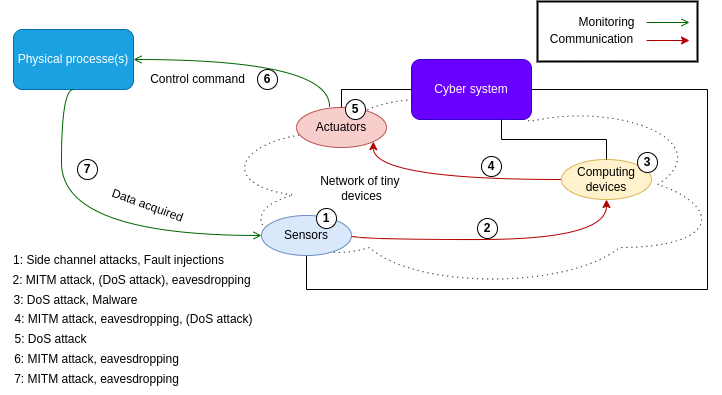
Before: Documents/schemas/mind_map_cps.png, a diagram exported from draw.io (Zo-ey/lcis-internship). Source tidied: cells renumbered, new cells last; positions are measured from the earlier drawing's top-left corner, leaving out a move shared by most shapes.
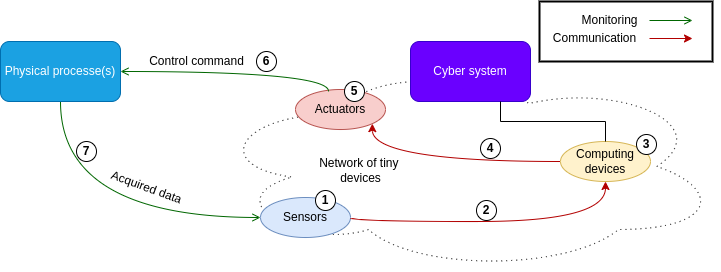
Above is the later version.

Commit message:
Update mind map cps

Diff of the diagram source:
```diff
@@ -2,137 +2,99 @@
   <root>
     <mxCell id="0" />
     <mxCell id="1" parent="0" />
-    <mxCell id="2" style="rounded=0;whiteSpace=wrap;html=1;strokeWidth=2;" parent="1" vertex="1">
-      <mxGeometry x="537" width="160" height="60" as="geometry" />
+    <mxCell id="2" style="ellipse;shape=cloud;whiteSpace=wrap;html=1;dashed=1;fillColor=none;rotation=0;dashPattern=1 4;strokeWidth=1;strokeColor=#000000;" parent="1" vertex="1">
+      <mxGeometry x="211" y="78" width="510" height="210" as="geometry" />
     </mxCell>
-    <mxCell id="3" style="ellipse;shape=cloud;whiteSpace=wrap;html=1;dashed=1;fillColor=none;rotation=0;dashPattern=1 4;strokeWidth=1;strokeColor=#000000;" parent="1" vertex="1">
-      <mxGeometry x="211" y="78" width="510" height="210" as="geometry" />
+    <mxCell id="3" style="endArrow=classic;html=1;rounded=0;strokeColor=#B20000;strokeWidth=1;fillColor=#e51400;entryX=1;entryY=1;entryDx=0;entryDy=0;exitX=0;exitY=0.5;exitDx=0;exitDy=0;edgeStyle=orthogonalEdgeStyle;curved=1;" parent="1" edge="1" source="8" target="7">
+      <mxGeometry relative="1" as="geometry" />
     </mxCell>
-    <mxCell id="4" style="endArrow=classic;html=1;rounded=0;strokeColor=#B20000;strokeWidth=1;fillColor=#e51400;entryX=1;entryY=1;entryDx=0;entryDy=0;exitX=0;exitY=0.5;exitDx=0;exitDy=0;edgeStyle=orthogonalEdgeStyle;curved=1;" parent="1" edge="1" source="10" target="9">
-      <mxGeometry relative="1" as="geometry" />
+    <mxCell id="4" value="Physical processe(s)" style="rounded=1;whiteSpace=wrap;html=1;fillColor=#1ba1e2;strokeColor=#006EAF;fontColor=#ffffff;" parent="1" vertex="1">
+      <mxGeometry x="1" y="58" width="120" height="60" as="geometry" />
     </mxCell>
-    <mxCell id="5" value="Physical processe(s)" style="rounded=1;whiteSpace=wrap;html=1;fillColor=#1ba1e2;strokeColor=#006EAF;fontColor=#ffffff;" parent="1" vertex="1">
-      <mxGeometry x="13" y="28" width="120" height="60" as="geometry" />
+    <mxCell id="5" value="Cyber system" style="whiteSpace=wrap;html=1;fillColor=#6a00ff;strokeColor=#3700CC;rounded=1;fontColor=#ffffff;" parent="1" vertex="1">
+      <mxGeometry x="411" y="58" width="120" height="60" as="geometry" />
     </mxCell>
-    <mxCell id="6" style="edgeStyle=orthogonalEdgeStyle;rounded=0;jettySize=auto;html=1;endArrow=none;endFill=0;exitX=1;exitY=0.5;exitDx=0;exitDy=0;entryX=0.5;entryY=1;entryDx=0;entryDy=0;" parent="1" edge="1" source="7" target="8">
-      <mxGeometry relative="1" as="geometry">
-        <Array as="points">
-          <mxPoint x="707" y="88" />
-          <mxPoint x="707" y="288" />
-          <mxPoint x="306" y="288" />
-        </Array>
-      </mxGeometry>
+    <mxCell id="6" value="Sensors" style="ellipse;whiteSpace=wrap;html=1;fillColor=#dae8fc;strokeColor=#6c8ebf;rounded=1;" parent="1" vertex="1">
+      <mxGeometry x="261" y="214" width="90" height="40" as="geometry" />
     </mxCell>
-    <mxCell id="7" value="Cyber system" style="whiteSpace=wrap;html=1;fillColor=#6a00ff;strokeColor=#3700CC;rounded=1;fontColor=#ffffff;" parent="1" vertex="1">
-      <mxGeometry x="411" y="58" width="120" height="60" as="geometry" />
+    <mxCell id="7" value="Actuators" style="ellipse;whiteSpace=wrap;html=1;fillColor=#f8cecc;strokeColor=#b85450;rounded=1;" parent="1" vertex="1">
+      <mxGeometry x="296" y="106" width="90" height="40" as="geometry" />
     </mxCell>
-    <mxCell id="8" value="Sensors" style="ellipse;whiteSpace=wrap;html=1;fillColor=#dae8fc;strokeColor=#6c8ebf;rounded=1;" parent="1" vertex="1">
-      <mxGeometry x="261" y="214" width="90" height="40" as="geometry" />
+    <mxCell id="8" value="Computing devices" style="ellipse;whiteSpace=wrap;html=1;fillColor=#fff2cc;strokeColor=#d6b656;rounded=1;" parent="1" vertex="1">
+      <mxGeometry x="561" y="158" width="90" height="40" as="geometry" />
     </mxCell>
-    <mxCell id="9" value="Actuators" style="ellipse;whiteSpace=wrap;html=1;fillColor=#f8cecc;strokeColor=#b85450;rounded=1;" parent="1" vertex="1">
-      <mxGeometry x="296" y="106" width="90" height="40" as="geometry" />
+    <mxCell id="9" style="edgeStyle=orthogonalEdgeStyle;rounded=0;jettySize=auto;html=1;endArrow=none;endFill=0;exitX=0.75;exitY=1;exitDx=0;exitDy=0;entryX=0.5;entryY=0;entryDx=0;entryDy=0;" parent="1" edge="1" source="5" target="8">
+      <mxGeometry relative="1" as="geometry" />
     </mxCell>
-    <mxCell id="10" value="Computing devices" style="ellipse;whiteSpace=wrap;html=1;fillColor=#fff2cc;strokeColor=#d6b656;rounded=1;" parent="1" vertex="1">
-      <mxGeometry x="561" y="158" width="90" height="40" as="geometry" />
+    <mxCell id="10" style="edgeStyle=orthogonalEdgeStyle;rounded=0;jettySize=auto;html=1;endArrow=open;endFill=0;fillColor=#e51400;strokeColor=#006600;curved=1;entryX=1;entryY=0.5;entryDx=0;entryDy=0;exitX=0.367;exitY=0.05;exitDx=0;exitDy=0;exitPerimeter=0;" parent="1" edge="1" source="7" target="4">
+      <mxGeometry relative="1" as="geometry">
+        <Array as="points">
+          <mxPoint x="330" y="88" />
+        </Array>
+      </mxGeometry>
     </mxCell>
-    <mxCell id="11" style="edgeStyle=orthogonalEdgeStyle;rounded=0;jettySize=auto;html=1;endArrow=none;endFill=0;exitX=0.75;exitY=1;exitDx=0;exitDy=0;entryX=0.5;entryY=0;entryDx=0;entryDy=0;" parent="1" edge="1" source="7" target="10">
-      <mxGeometry relative="1" as="geometry" />
+    <mxCell id="11" style="edgeStyle=orthogonalEdgeStyle;rounded=0;jettySize=auto;html=1;endArrow=open;endFill=0;fillColor=#e51400;strokeColor=#006600;curved=1;entryX=0;entryY=0.5;entryDx=0;entryDy=0;exitX=0.5;exitY=1;exitDx=0;exitDy=0;" parent="1" edge="1" source="4" target="6">
+      <mxGeometry relative="1" as="geometry">
+        <Array as="points">
+          <mxPoint x="61" y="234" />
+        </Array>
+      </mxGeometry>
     </mxCell>
-    <mxCell id="12" style="edgeStyle=orthogonalEdgeStyle;rounded=0;jettySize=auto;html=1;endArrow=none;endFill=0;exitX=0;exitY=0.5;exitDx=0;exitDy=0;entryX=0.5;entryY=0;entryDx=0;entryDy=0;" parent="1" edge="1" source="7" target="9">
+    <mxCell id="12" style="edgeStyle=orthogonalEdgeStyle;rounded=0;jettySize=auto;html=1;endArrow=classic;endFill=1;fillColor=#e51400;strokeColor=#B20000;curved=1;entryX=0.5;entryY=1;entryDx=0;entryDy=0;exitX=1;exitY=0.5;exitDx=0;exitDy=0;" parent="1" edge="1" source="6" target="8">
       <mxGeometry relative="1" as="geometry">
         <Array as="points">
-          <mxPoint x="341" y="88" />
+          <mxPoint x="606" y="238" />
         </Array>
       </mxGeometry>
     </mxCell>
-    <mxCell id="13" style="edgeStyle=orthogonalEdgeStyle;rounded=0;jettySize=auto;html=1;endArrow=open;endFill=0;fillColor=#e51400;strokeColor=#006600;curved=1;entryX=1;entryY=0.5;entryDx=0;entryDy=0;exitX=0.367;exitY=-0.025;exitDx=0;exitDy=0;exitPerimeter=0;" parent="1" edge="1" source="9" target="5">
-      <mxGeometry relative="1" as="geometry">
-        <Array as="points">
-          <mxPoint x="329" y="58" />
-        </Array>
-      </mxGeometry>
+    <mxCell id="13" value="Network of tiny &lt;br&gt;devices" style="text;html=1;align=center;verticalAlign=middle;strokeColor=none;fillColor=none;" parent="1" vertex="1">
+      <mxGeometry x="311" y="167" width="100" height="40" as="geometry" />
     </mxCell>
-    <mxCell id="14" style="edgeStyle=orthogonalEdgeStyle;rounded=0;jettySize=auto;html=1;endArrow=open;endFill=0;fillColor=#e51400;strokeColor=#006600;curved=1;entryX=0;entryY=0.5;entryDx=0;entryDy=0;exitX=0.5;exitY=1;exitDx=0;exitDy=0;" parent="1" edge="1" source="5" target="8">
-      <mxGeometry relative="1" as="geometry">
-        <Array as="points">
-          <mxPoint x="61" y="234" />
-        </Array>
-      </mxGeometry>
+    <mxCell id="14" value="Control command" style="text;html=1;align=center;verticalAlign=middle;strokeColor=none;fillColor=none;" parent="1" vertex="1">
+      <mxGeometry x="137" y="63" width="120" height="30" as="geometry" />
     </mxCell>
-    <mxCell id="15" style="edgeStyle=orthogonalEdgeStyle;rounded=0;jettySize=auto;html=1;endArrow=classic;endFill=1;fillColor=#e51400;strokeColor=#B20000;curved=1;entryX=0.5;entryY=1;entryDx=0;entryDy=0;exitX=1;exitY=0.5;exitDx=0;exitDy=0;" parent="1" edge="1" source="8" target="10">
-      <mxGeometry relative="1" as="geometry">
-        <Array as="points">
-          <mxPoint x="606" y="238" />
-        </Array>
-      </mxGeometry>
+    <mxCell id="15" value="Monitoring" style="text;html=1;align=center;verticalAlign=middle;points=[];strokeColor=none;fillColor=none;rotation=0;" parent="1" vertex="1">
+      <mxGeometry x="570" y="22" width="80" height="30" as="geometry" />
     </mxCell>
-    <mxCell id="16" value="Network of tiny &lt;br&gt;devices" style="text;html=1;align=center;verticalAlign=middle;points=[];strokeColor=none;fillColor=none;" parent="1" vertex="1">
-      <mxGeometry x="311" y="167" width="100" height="40" as="geometry" />
+    <mxCell id="16" value="Communication" style="text;html=1;align=center;verticalAlign=middle;points=[];strokeColor=none;fillColor=none;" parent="1" vertex="1">
+      <mxGeometry x="540" y="40" width="110" height="30" as="geometry" />
     </mxCell>
-    <mxCell id="17" value="Control command" style="text;html=1;align=center;verticalAlign=middle;strokeColor=none;fillColor=none;" parent="1" vertex="1">
-      <mxGeometry x="137" y="63" width="120" height="30" as="geometry" />
+    <mxCell id="17" value="Acquired data" style="text;html=1;align=center;verticalAlign=middle;strokeColor=none;fillColor=none;rotation=20;" parent="1" vertex="1">
+      <mxGeometry x="97" y="189" width="100" height="30" as="geometry" />
     </mxCell>
-    <mxCell id="18" value="Monitoring" style="text;html=1;align=center;verticalAlign=middle;points=[];strokeColor=none;fillColor=none;rotation=0;" parent="1" vertex="1">
-      <mxGeometry x="566" y="6" width="80" height="30" as="geometry" />
+    <mxCell id="18" style="rounded=0;jettySize=auto;html=1;endArrow=open;endFill=0;fillColor=#e51400;strokeColor=#006600;" parent="1" edge="1" source="15">
+      <mxGeometry relative="1" as="geometry">
+        <mxPoint x="693" y="37" as="targetPoint" />
+      </mxGeometry>
     </mxCell>
-    <mxCell id="19" value="Communication" style="text;html=1;align=center;verticalAlign=middle;strokeColor=none;fillColor=none;" parent="1" vertex="1">
-      <mxGeometry x="536" y="23" width="110" height="30" as="geometry" />
+    <mxCell id="19" style="rounded=0;jettySize=auto;html=1;endArrow=classic;endFill=1;fillColor=#e51400;strokeColor=#B20000;" parent="1" edge="1" source="16">
+      <mxGeometry relative="1" as="geometry">
+        <mxPoint x="693" y="55" as="targetPoint" />
+      </mxGeometry>
     </mxCell>
-    <mxCell id="20" value="Data acquired" style="text;html=1;align=center;verticalAlign=middle;strokeColor=none;fillColor=none;rotation=20;" parent="1" vertex="1">
-      <mxGeometry x="97" y="189" width="100" height="30" as="geometry" />
+    <mxCell id="20" value="&lt;b&gt;1&lt;/b&gt;" style="ellipse;whiteSpace=wrap;html=1;strokeWidth=1;" parent="1" vertex="1">
+      <mxGeometry x="316" y="207" width="20" height="20" as="geometry" />
     </mxCell>
-    <mxCell id="21" style="rounded=0;jettySize=auto;html=1;endArrow=open;endFill=0;fillColor=#e51400;strokeColor=#006600;" parent="1" edge="1" source="18">
-      <mxGeometry relative="1" as="geometry">
-        <mxPoint x="689" y="21" as="targetPoint" />
-      </mxGeometry>
+    <mxCell id="21" value="&lt;b&gt;2&lt;/b&gt;" style="ellipse;whiteSpace=wrap;html=1;strokeWidth=1;" parent="1" vertex="1">
+      <mxGeometry x="477" y="217" width="20" height="20" as="geometry" />
     </mxCell>
-    <mxCell id="22" style="rounded=0;orthogonalLoop=1;jettySize=auto;html=1;endArrow=classic;endFill=1;fillColor=#e51400;strokeColor=#B20000;" parent="1" edge="1">
-      <mxGeometry relative="1" as="geometry">
-        <mxPoint x="646" y="39" as="sourcePoint" />
-        <mxPoint x="689" y="39" as="targetPoint" />
-      </mxGeometry>
+    <mxCell id="22" value="&lt;b&gt;3&lt;/b&gt;" style="ellipse;whiteSpace=wrap;html=1;strokeWidth=1;" parent="1" vertex="1">
+      <mxGeometry x="637" y="151" width="20" height="20" as="geometry" />
     </mxCell>
-    <mxCell id="23" value="&lt;b&gt;1&lt;/b&gt;" style="ellipse;whiteSpace=wrap;html=1;strokeWidth=1;" parent="1" vertex="1">
-      <mxGeometry x="316" y="207" width="20" height="20" as="geometry" />
+    <mxCell id="23" value="&lt;b&gt;4&lt;/b&gt;" style="ellipse;whiteSpace=wrap;html=1;strokeWidth=1;" parent="1" vertex="1">
+      <mxGeometry x="481" y="155" width="20" height="20" as="geometry" />
     </mxCell>
-    <mxCell id="24" value="&lt;b&gt;2&lt;/b&gt;" style="ellipse;whiteSpace=wrap;html=1;strokeWidth=1;" parent="1" vertex="1">
-      <mxGeometry x="477" y="217" width="20" height="20" as="geometry" />
+    <mxCell id="24" value="&lt;b&gt;5&lt;/b&gt;" style="ellipse;whiteSpace=wrap;html=1;strokeWidth=1;" parent="1" vertex="1">
+      <mxGeometry x="345" y="98" width="20" height="20" as="geometry" />
     </mxCell>
-    <mxCell id="25" value="&lt;b&gt;3&lt;/b&gt;" style="ellipse;whiteSpace=wrap;html=1;strokeWidth=1;" parent="1" vertex="1">
-      <mxGeometry x="637" y="151" width="20" height="20" as="geometry" />
+    <mxCell id="25" value="&lt;b&gt;6&lt;/b&gt;" style="ellipse;whiteSpace=wrap;html=1;strokeWidth=1;" parent="1" vertex="1">
+      <mxGeometry x="257" y="68" width="20" height="20" as="geometry" />
     </mxCell>
-    <mxCell id="26" value="&lt;b&gt;4&lt;/b&gt;" style="ellipse;whiteSpace=wrap;html=1;strokeWidth=1;" parent="1" vertex="1">
-      <mxGeometry x="481" y="155" width="20" height="20" as="geometry" />
+    <mxCell id="26" value="&lt;b&gt;7&lt;/b&gt;" style="ellipse;whiteSpace=wrap;html=1;strokeWidth=1;" parent="1" vertex="1">
+      <mxGeometry x="77" y="158" width="20" height="20" as="geometry" />
     </mxCell>
-    <mxCell id="27" value="&lt;b&gt;5&lt;/b&gt;" style="ellipse;whiteSpace=wrap;html=1;strokeWidth=1;" parent="1" vertex="1">
-      <mxGeometry x="345" y="98" width="20" height="20" as="geometry" />
+    <mxCell id="27" style="rounded=0;whiteSpace=wrap;html=1;fillColor=none;strokeWidth=2;" parent="1" vertex="1">
+      <mxGeometry x="540" y="18" width="173" height="60" as="geometry" />
     </mxCell>
-    <mxCell id="28" value="&lt;b&gt;6&lt;/b&gt;" style="ellipse;whiteSpace=wrap;html=1;strokeWidth=1;" parent="1" vertex="1">
-      <mxGeometry x="257" y="68" width="20" height="20" as="geometry" />
-    </mxCell>
-    <mxCell id="29" value="1: Side channel attacks, Fault injections" style="text;html=1;align=center;verticalAlign=middle;strokeColor=none;fillColor=none;" parent="1" vertex="1">
-      <mxGeometry x="3" y="244" width="230" height="30" as="geometry" />
-    </mxCell>
-    <mxCell id="30" value="&lt;b&gt;7&lt;/b&gt;" style="ellipse;whiteSpace=wrap;html=1;strokeWidth=1;" parent="1" vertex="1">
-      <mxGeometry x="77" y="158" width="20" height="20" as="geometry" />
-    </mxCell>
-    <mxCell id="31" value="2: MITM attack, (DoS attack), eavesdropping" style="text;html=1;align=center;verticalAlign=middle;strokeColor=none;fillColor=none;" parent="1" vertex="1">
-      <mxGeometry x="1" y="264" width="260" height="30" as="geometry" />
-    </mxCell>
-    <mxCell id="32" value="3: DoS attack, Malware" style="text;html=1;align=center;verticalAlign=middle;strokeColor=none;fillColor=none;" parent="1" vertex="1">
-      <mxGeometry y="284" width="150" height="30" as="geometry" />
-    </mxCell>
-    <mxCell id="33" value="4: MITM attack, eavesdropping, (DoS attack)" style="text;html=1;align=center;verticalAlign=middle;strokeColor=none;fillColor=none;" parent="1" vertex="1">
-      <mxGeometry x="3" y="303" width="260" height="30" as="geometry" />
-    </mxCell>
-    <mxCell id="34" value="5: DoS attack" style="text;html=1;align=center;verticalAlign=middle;strokeColor=none;fillColor=none;" parent="1" vertex="1">
-      <mxGeometry y="323" width="100" height="30" as="geometry" />
-    </mxCell>
-    <mxCell id="35" value="6: MITM attack, eavesdropping" style="text;html=1;align=center;verticalAlign=middle;strokeColor=none;fillColor=none;" parent="1" vertex="1">
-      <mxGeometry x="1" y="343" width="190" height="30" as="geometry" />
-    </mxCell>
-    <mxCell id="36" value="7: MITM attack, eavesdropping" style="text;html=1;align=center;verticalAlign=middle;strokeColor=none;fillColor=none;" parent="1" vertex="1">
-      <mxGeometry x="1" y="363" width="190" height="30" as="geometry" />
-    </mxCell>
   </root>
 </mxGraphModel>
```
